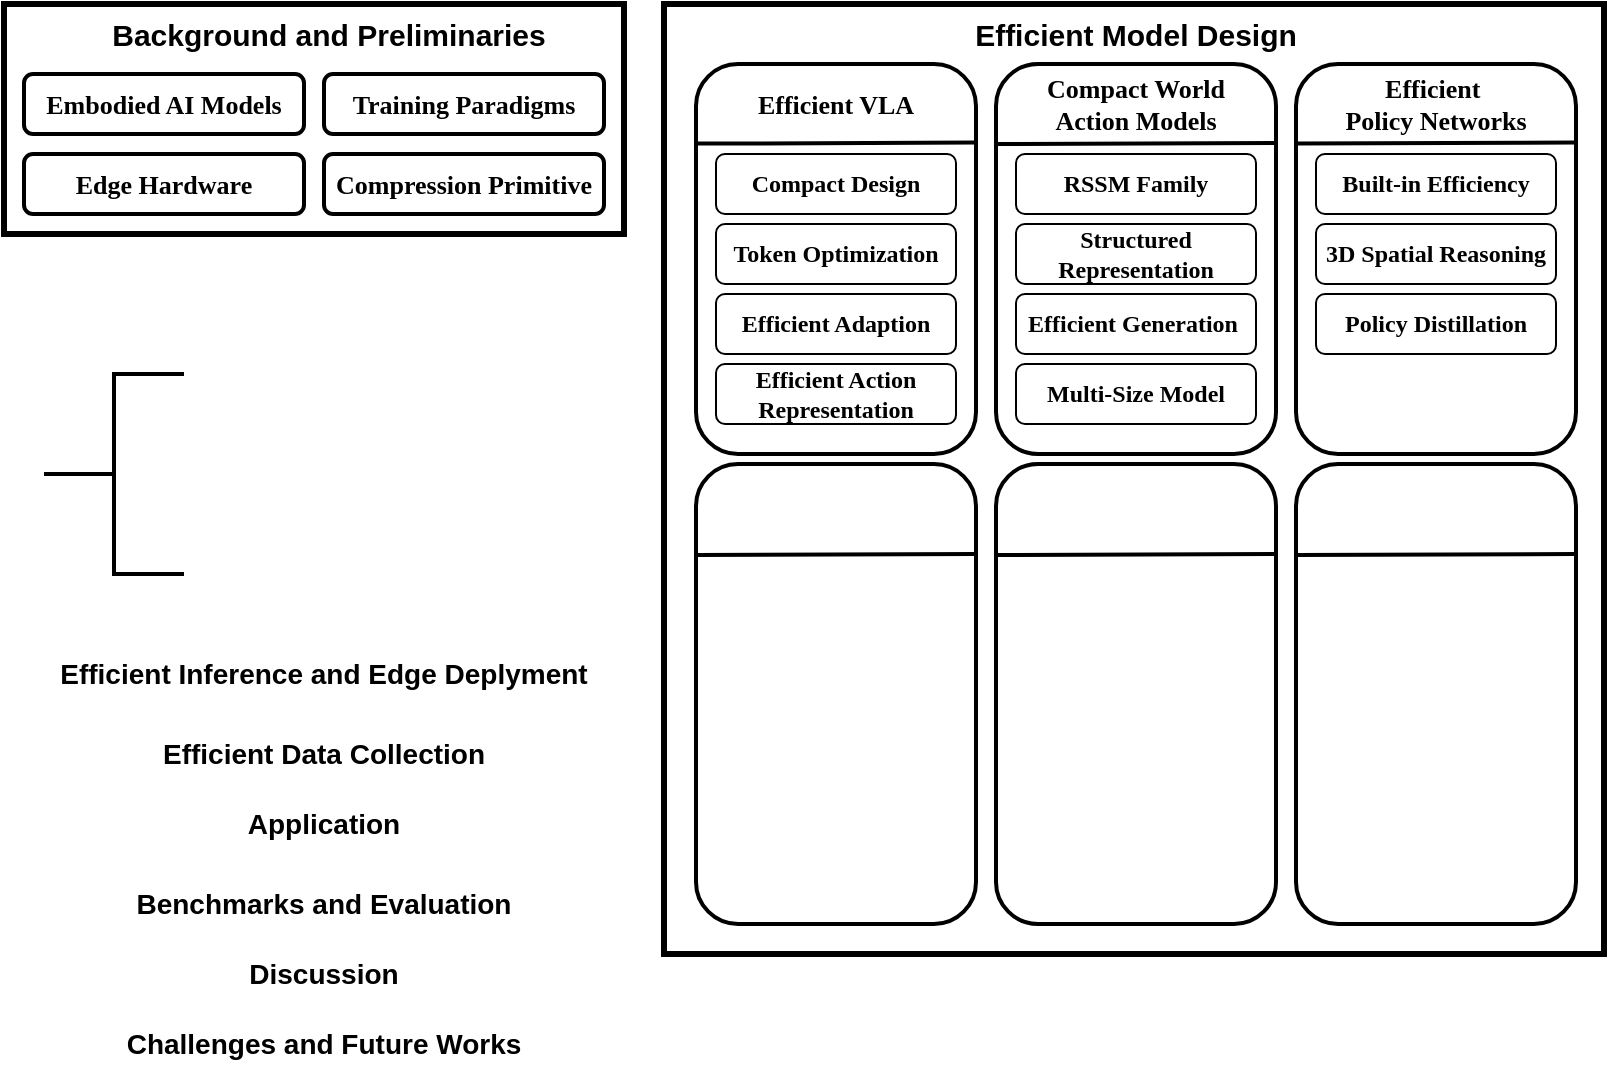
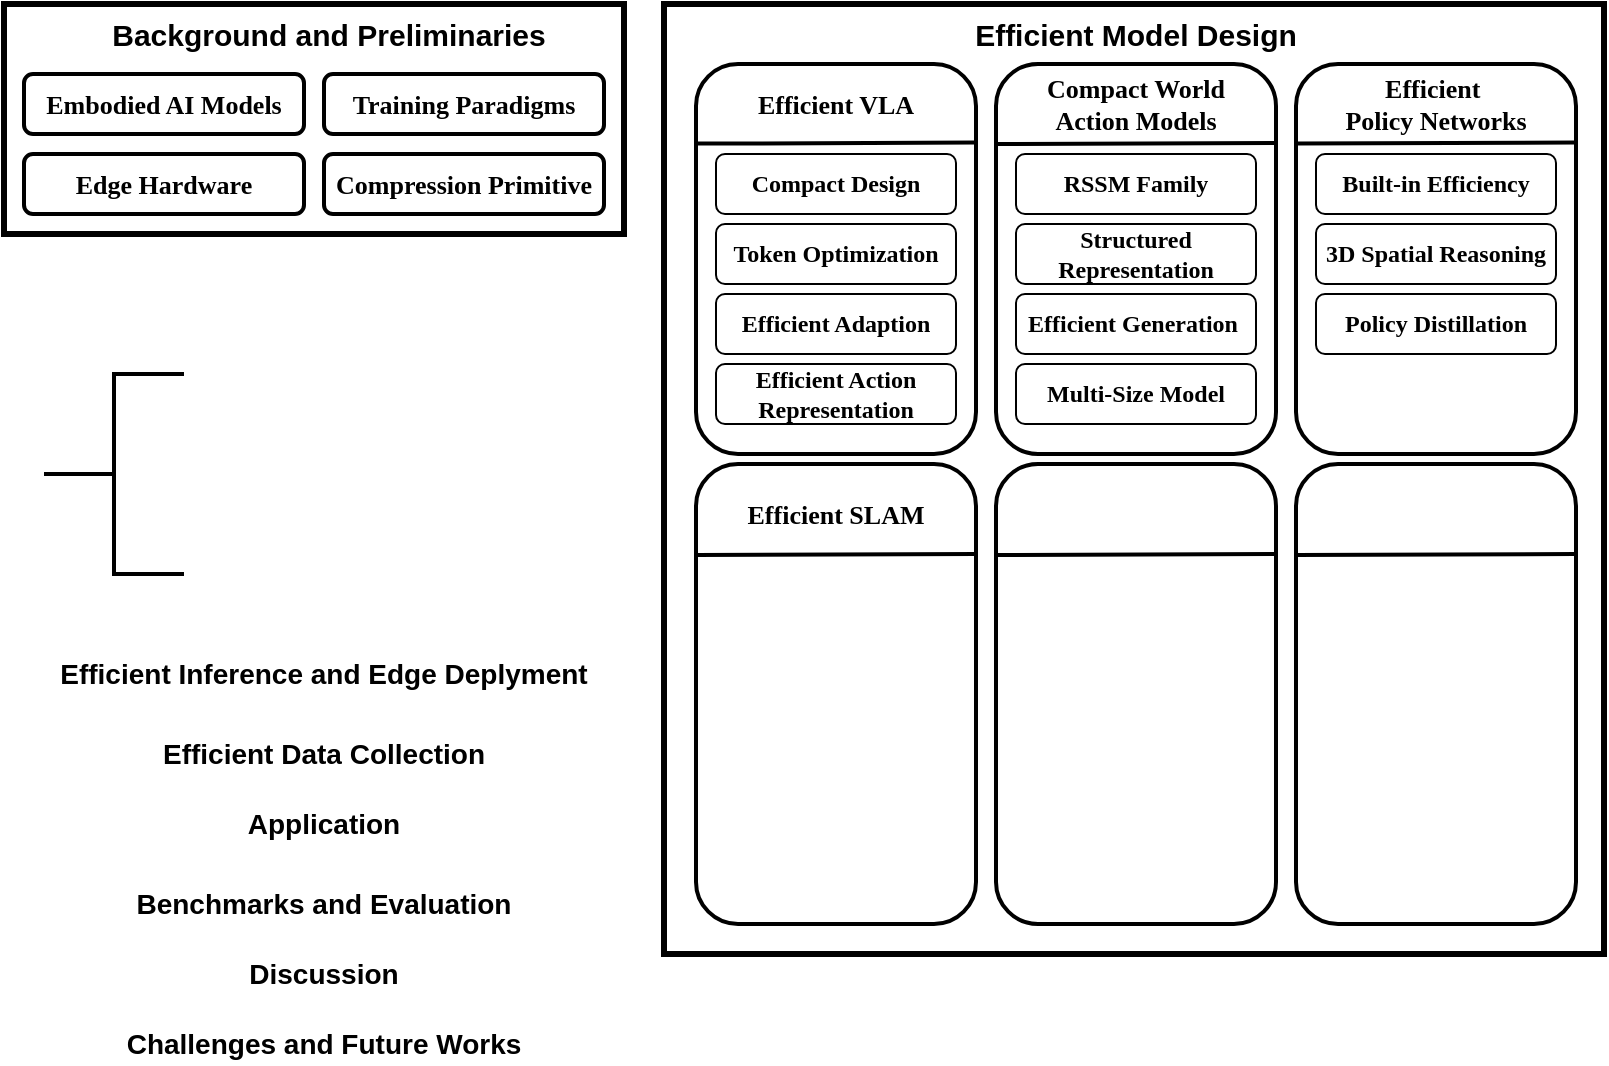
<mxfile host="app.diagrams.net">
  <diagram name="第 1 页" id="xv9Lnx2gyYwYQaEzt8dN">
    <mxGraphModel dx="1063" dy="543" grid="1" gridSize="10" guides="1" tooltips="1" connect="1" arrows="1" fold="1" page="1" pageScale="1" pageWidth="827" pageHeight="1169" math="0" shadow="0">
      <root>
        <mxCell id="0" />
        <mxCell id="1" parent="0" />
        <mxCell id="P4z1W6zyqtdSm3awDH87-12" parent="1" style="rounded=0;whiteSpace=wrap;html=1;strokeWidth=3;" value="" vertex="1">
          <mxGeometry height="115" width="310" x="130" y="55" as="geometry" />
        </mxCell>
        <mxCell id="P4z1W6zyqtdSm3awDH87-11" parent="1" style="rounded=0;whiteSpace=wrap;html=1;strokeWidth=3;" value="" vertex="1">
          <mxGeometry height="475" width="470" x="460" y="55" as="geometry" />
        </mxCell>
        <mxCell id="mN9CjeCU7Y2PogCVv73L-6" parent="1" style="rounded=1;whiteSpace=wrap;html=1;strokeWidth=2;" value="&lt;font style=&quot;font-size: 13px;&quot; face=&quot;Comic Sans MS&quot;&gt;&lt;b style=&quot;&quot;&gt;Training Paradigms&lt;/b&gt;&lt;/font&gt;" vertex="1">
          <mxGeometry height="30" width="140" x="290" y="90" as="geometry" />
        </mxCell>
        <mxCell id="mN9CjeCU7Y2PogCVv73L-5" parent="1" style="rounded=1;whiteSpace=wrap;html=1;strokeWidth=2;" value="&lt;font style=&quot;font-size: 13px;&quot; face=&quot;Comic Sans MS&quot;&gt;&lt;b style=&quot;&quot;&gt;Edge Hardware&lt;/b&gt;&lt;/font&gt;" vertex="1">
          <mxGeometry height="30" width="140" x="140" y="130" as="geometry" />
        </mxCell>
        <mxCell id="mN9CjeCU7Y2PogCVv73L-8" parent="1" style="rounded=1;whiteSpace=wrap;html=1;strokeWidth=2;" value="&lt;font style=&quot;font-size: 13px;&quot; face=&quot;Comic Sans MS&quot;&gt;&lt;b style=&quot;&quot;&gt;Compression Primitive&lt;/b&gt;&lt;/font&gt;" vertex="1">
          <mxGeometry height="30" width="140" x="290" y="130" as="geometry" />
        </mxCell>
        <mxCell id="mN9CjeCU7Y2PogCVv73L-4" parent="1" style="rounded=1;whiteSpace=wrap;html=1;strokeWidth=2;" value="&lt;font style=&quot;font-size: 13px;&quot; face=&quot;Comic Sans MS&quot;&gt;&lt;b style=&quot;&quot;&gt;Embodied AI Models&lt;/b&gt;&lt;/font&gt;" vertex="1">
          <mxGeometry height="30" width="140" x="140" y="90" as="geometry" />
        </mxCell>
        <mxCell id="mN9CjeCU7Y2PogCVv73L-2" parent="1" style="text;html=1;whiteSpace=wrap;strokeColor=none;fillColor=none;align=center;verticalAlign=middle;rounded=0;" value="&lt;font face=&quot;Helvetica&quot; style=&quot;font-size: 15px;&quot;&gt;&lt;b style=&quot;&quot;&gt;Background and Preliminaries&lt;/b&gt;&lt;/font&gt;" vertex="1">
          <mxGeometry height="20" width="275" x="155" y="60" as="geometry" />
        </mxCell>
        <mxCell id="mN9CjeCU7Y2PogCVv73L-10" parent="1" style="text;html=1;whiteSpace=wrap;strokeColor=none;fillColor=none;align=center;verticalAlign=middle;rounded=0;" value="&lt;font style=&quot;font-size: 15px;&quot; face=&quot;Helvetica&quot;&gt;&lt;b style=&quot;&quot;&gt;Efficient Model Design&lt;/b&gt;&lt;/font&gt;" vertex="1">
          <mxGeometry height="20" width="200" x="596" y="60" as="geometry" />
        </mxCell>
        <mxCell id="mN9CjeCU7Y2PogCVv73L-11" parent="1" style="text;html=1;whiteSpace=wrap;strokeColor=none;fillColor=none;align=center;verticalAlign=middle;rounded=0;" value="&lt;font face=&quot;Helvetica&quot; style=&quot;font-size: 14px;&quot;&gt;&lt;b style=&quot;&quot;&gt;Efficient Inference and Edge Deplyment&lt;/b&gt;&lt;/font&gt;" vertex="1">
          <mxGeometry height="20" width="300" x="140" y="380" as="geometry" />
        </mxCell>
        <mxCell id="mN9CjeCU7Y2PogCVv73L-12" parent="1" style="text;html=1;whiteSpace=wrap;strokeColor=none;fillColor=none;align=center;verticalAlign=middle;rounded=0;" value="&lt;font face=&quot;Helvetica&quot; style=&quot;font-size: 14px;&quot;&gt;&lt;b style=&quot;&quot;&gt;Efficient Data Collection&lt;/b&gt;&lt;/font&gt;" vertex="1">
          <mxGeometry height="20" width="260" x="160" y="420" as="geometry" />
        </mxCell>
        <mxCell id="mN9CjeCU7Y2PogCVv73L-14" parent="1" style="text;html=1;whiteSpace=wrap;strokeColor=none;fillColor=none;align=center;verticalAlign=middle;rounded=0;" value="&lt;font face=&quot;Helvetica&quot; style=&quot;font-size: 14px;&quot;&gt;&lt;b style=&quot;&quot;&gt;Application&lt;/b&gt;&lt;/font&gt;" vertex="1">
          <mxGeometry height="20" width="260" x="160" y="455" as="geometry" />
        </mxCell>
        <mxCell id="mN9CjeCU7Y2PogCVv73L-15" parent="1" style="text;html=1;whiteSpace=wrap;strokeColor=none;fillColor=none;align=center;verticalAlign=middle;rounded=0;" value="&lt;font face=&quot;Helvetica&quot; style=&quot;font-size: 14px;&quot;&gt;&lt;b style=&quot;&quot;&gt;Benchmarks and Evaluation&lt;/b&gt;&lt;/font&gt;" vertex="1">
          <mxGeometry height="20" width="260" x="160" y="495" as="geometry" />
        </mxCell>
        <mxCell id="mN9CjeCU7Y2PogCVv73L-16" parent="1" style="text;html=1;whiteSpace=wrap;strokeColor=none;fillColor=none;align=center;verticalAlign=middle;rounded=0;" value="&lt;font face=&quot;Helvetica&quot; style=&quot;font-size: 14px;&quot;&gt;&lt;b style=&quot;&quot;&gt;Challenges and Future Works&lt;/b&gt;&lt;/font&gt;" vertex="1">
          <mxGeometry height="20" width="260" x="160" y="565" as="geometry" />
        </mxCell>
        <mxCell id="mN9CjeCU7Y2PogCVv73L-17" parent="1" style="text;html=1;whiteSpace=wrap;strokeColor=none;fillColor=none;align=center;verticalAlign=middle;rounded=0;" value="&lt;font face=&quot;Helvetica&quot; style=&quot;font-size: 14px;&quot;&gt;&lt;b style=&quot;&quot;&gt;Discussion&lt;/b&gt;&lt;/font&gt;" vertex="1">
          <mxGeometry height="20" width="260" x="160" y="530" as="geometry" />
        </mxCell>
        <mxCell id="mN9CjeCU7Y2PogCVv73L-18" parent="1" style="strokeWidth=2;html=1;shape=mxgraph.flowchart.annotation_2;align=left;labelPosition=right;pointerEvents=1;" value="" vertex="1">
          <mxGeometry height="100" width="70" x="150" y="240" as="geometry" />
        </mxCell>
        <mxCell id="mN9CjeCU7Y2PogCVv73L-19" parent="1" style="rounded=1;whiteSpace=wrap;html=1;strokeWidth=2;" value="" vertex="1">
          <mxGeometry height="195" width="140" x="476" y="85" as="geometry" />
        </mxCell>
        <mxCell id="mN9CjeCU7Y2PogCVv73L-20" parent="1" style="text;html=1;whiteSpace=wrap;strokeColor=none;fillColor=none;align=center;verticalAlign=middle;rounded=0;" value="&lt;b style=&quot;font-size: 13px;&quot;&gt;&lt;font face=&quot;Comic Sans MS&quot;&gt;Efficient VLA&lt;/font&gt;&lt;/b&gt;" vertex="1">
          <mxGeometry height="20" width="120" x="486" y="95" as="geometry" />
        </mxCell>
        <mxCell id="mN9CjeCU7Y2PogCVv73L-21" edge="1" parent="1" style="endArrow=none;html=1;rounded=0;entryX=0.996;entryY=0.065;entryDx=0;entryDy=0;entryPerimeter=0;strokeWidth=2;" value="">
          <mxGeometry height="50" relative="1" width="50" as="geometry">
            <mxPoint x="476.56" y="124.81" as="sourcePoint" />
            <mxPoint x="616" y="124.31" as="targetPoint" />
          </mxGeometry>
        </mxCell>
        <mxCell id="mN9CjeCU7Y2PogCVv73L-22" parent="1" style="rounded=1;whiteSpace=wrap;html=1;" value="&lt;b&gt;&lt;font face=&quot;Comic Sans MS&quot;&gt;Compact Design&lt;/font&gt;&lt;/b&gt;" vertex="1">
          <mxGeometry height="30" width="120" x="486" y="130" as="geometry" />
        </mxCell>
        <mxCell id="mN9CjeCU7Y2PogCVv73L-23" parent="1" style="rounded=1;whiteSpace=wrap;html=1;" value="&lt;b&gt;&lt;font face=&quot;Comic Sans MS&quot;&gt;Efficient Adaption&lt;/font&gt;&lt;/b&gt;" vertex="1">
          <mxGeometry height="30" width="120" x="486" y="200" as="geometry" />
        </mxCell>
        <mxCell id="mN9CjeCU7Y2PogCVv73L-24" parent="1" style="rounded=1;whiteSpace=wrap;html=1;" value="&lt;font face=&quot;Comic Sans MS&quot;&gt;&lt;b&gt;Efficient Action Representation&lt;/b&gt;&lt;/font&gt;" vertex="1">
          <mxGeometry height="30" width="120" x="486" y="235" as="geometry" />
        </mxCell>
        <mxCell id="mN9CjeCU7Y2PogCVv73L-26" parent="1" style="rounded=1;whiteSpace=wrap;html=1;" value="&lt;b&gt;&lt;font face=&quot;Comic Sans MS&quot;&gt;Token Optimization&lt;/font&gt;&lt;/b&gt;" vertex="1">
          <mxGeometry height="30" width="120" x="486" y="165" as="geometry" />
        </mxCell>
        <mxCell id="mN9CjeCU7Y2PogCVv73L-27" parent="1" style="rounded=1;whiteSpace=wrap;html=1;strokeWidth=2;" value="" vertex="1">
          <mxGeometry height="195" width="140" x="626" y="85" as="geometry" />
        </mxCell>
        <mxCell id="mN9CjeCU7Y2PogCVv73L-28" parent="1" style="text;html=1;whiteSpace=wrap;strokeColor=none;fillColor=none;align=center;verticalAlign=middle;rounded=0;" value="&lt;b style=&quot;font-size: 13px;&quot;&gt;&lt;font face=&quot;Comic Sans MS&quot;&gt;Compact World Action Models&lt;/font&gt;&lt;/b&gt;" vertex="1">
          <mxGeometry height="20" width="120" x="636" y="95" as="geometry" />
        </mxCell>
        <mxCell id="mN9CjeCU7Y2PogCVv73L-29" edge="1" parent="1" style="endArrow=none;html=1;rounded=0;entryX=0.996;entryY=0.065;entryDx=0;entryDy=0;entryPerimeter=0;strokeWidth=2;" value="">
          <mxGeometry height="50" relative="1" width="50" as="geometry">
            <mxPoint x="626.56" y="125" as="sourcePoint" />
            <mxPoint x="766" y="124.5" as="targetPoint" />
          </mxGeometry>
        </mxCell>
        <mxCell id="mN9CjeCU7Y2PogCVv73L-30" parent="1" style="rounded=1;whiteSpace=wrap;html=1;" value="&lt;b&gt;&lt;font face=&quot;Comic Sans MS&quot;&gt;RSSM Family&lt;/font&gt;&lt;/b&gt;" vertex="1">
          <mxGeometry height="30" width="120" x="636" y="130" as="geometry" />
        </mxCell>
        <mxCell id="mN9CjeCU7Y2PogCVv73L-31" parent="1" style="rounded=1;whiteSpace=wrap;html=1;" value="&lt;b&gt;&lt;font face=&quot;Comic Sans MS&quot;&gt;Multi-Size Model&lt;/font&gt;&lt;/b&gt;" vertex="1">
          <mxGeometry height="30" width="120" x="636" y="235" as="geometry" />
        </mxCell>
        <mxCell id="mN9CjeCU7Y2PogCVv73L-32" parent="1" style="rounded=1;whiteSpace=wrap;html=1;" value="&lt;font face=&quot;Comic Sans MS&quot;&gt;&lt;b&gt;Efficient Generation&amp;nbsp;&lt;/b&gt;&lt;/font&gt;" vertex="1">
          <mxGeometry height="30" width="120" x="636" y="200" as="geometry" />
        </mxCell>
        <mxCell id="mN9CjeCU7Y2PogCVv73L-33" parent="1" style="rounded=1;whiteSpace=wrap;html=1;" value="&lt;b&gt;&lt;font face=&quot;Comic Sans MS&quot;&gt;Structured Representation&lt;/font&gt;&lt;/b&gt;" vertex="1">
          <mxGeometry height="30" width="120" x="636" y="165" as="geometry" />
        </mxCell>
        <mxCell id="P4z1W6zyqtdSm3awDH87-1" parent="1" style="rounded=1;whiteSpace=wrap;html=1;strokeWidth=2;" value="" vertex="1">
          <mxGeometry height="195" width="140" x="776" y="85" as="geometry" />
        </mxCell>
        <mxCell id="P4z1W6zyqtdSm3awDH87-2" edge="1" parent="1" style="endArrow=none;html=1;rounded=0;entryX=0.996;entryY=0.065;entryDx=0;entryDy=0;entryPerimeter=0;strokeWidth=2;" value="">
          <mxGeometry height="50" relative="1" width="50" as="geometry">
            <mxPoint x="776.56" y="124.81" as="sourcePoint" />
            <mxPoint x="916" y="124.31" as="targetPoint" />
          </mxGeometry>
        </mxCell>
        <mxCell id="P4z1W6zyqtdSm3awDH87-3" parent="1" style="text;html=1;whiteSpace=wrap;strokeColor=none;fillColor=none;align=center;verticalAlign=middle;rounded=0;" value="&lt;b style=&quot;font-size: 13px;&quot;&gt;&lt;font face=&quot;Comic Sans MS&quot;&gt;Efficient&amp;nbsp;&lt;/font&gt;&lt;/b&gt;&lt;div&gt;&lt;b style=&quot;font-size: 13px;&quot;&gt;&lt;font face=&quot;Comic Sans MS&quot;&gt;Policy Networks&lt;/font&gt;&lt;/b&gt;&lt;/div&gt;" vertex="1">
          <mxGeometry height="20" width="120" x="786" y="95" as="geometry" />
        </mxCell>
        <mxCell id="P4z1W6zyqtdSm3awDH87-4" parent="1" style="rounded=1;whiteSpace=wrap;html=1;" value="&lt;b&gt;&lt;font face=&quot;Comic Sans MS&quot;&gt;3D Spatial Reasoning&lt;/font&gt;&lt;/b&gt;" vertex="1">
          <mxGeometry height="30" width="120" x="786" y="165" as="geometry" />
        </mxCell>
        <mxCell id="P4z1W6zyqtdSm3awDH87-6" parent="1" style="rounded=1;whiteSpace=wrap;html=1;" value="&lt;font face=&quot;Comic Sans MS&quot;&gt;&lt;b&gt;Policy Distillation&lt;/b&gt;&lt;/font&gt;" vertex="1">
          <mxGeometry height="30" width="120" x="786" y="200" as="geometry" />
        </mxCell>
        <mxCell id="P4z1W6zyqtdSm3awDH87-7" parent="1" style="rounded=1;whiteSpace=wrap;html=1;" value="&lt;font face=&quot;Comic Sans MS&quot;&gt;&lt;b&gt;Built-in Efficiency&lt;/b&gt;&lt;/font&gt;" vertex="1">
          <mxGeometry height="30" width="120" x="786" y="130" as="geometry" />
        </mxCell>
        <mxCell id="P4z1W6zyqtdSm3awDH87-8" parent="1" style="rounded=1;whiteSpace=wrap;html=1;strokeWidth=2;" value="" vertex="1">
          <mxGeometry height="230" width="140" x="476" y="285" as="geometry" />
        </mxCell>
        <mxCell id="P4z1W6zyqtdSm3awDH87-9" parent="1" style="rounded=1;whiteSpace=wrap;html=1;strokeWidth=2;" value="" vertex="1">
          <mxGeometry height="230" width="140" x="626" y="285" as="geometry" />
        </mxCell>
        <mxCell id="P4z1W6zyqtdSm3awDH87-10" parent="1" style="rounded=1;whiteSpace=wrap;html=1;strokeWidth=2;" value="" vertex="1">
          <mxGeometry height="230" width="140" x="776" y="285" as="geometry" />
        </mxCell>
        <mxCell id="P4z1W6zyqtdSm3awDH87-15" edge="1" parent="1" style="endArrow=none;html=1;rounded=0;entryX=0.996;entryY=0.065;entryDx=0;entryDy=0;entryPerimeter=0;strokeWidth=2;" value="">
          <mxGeometry height="50" relative="1" width="50" as="geometry">
            <mxPoint x="476.56" y="330.5" as="sourcePoint" />
            <mxPoint x="616" y="330" as="targetPoint" />
          </mxGeometry>
        </mxCell>
        <mxCell id="P4z1W6zyqtdSm3awDH87-16" edge="1" parent="1" style="endArrow=none;html=1;rounded=0;entryX=0.996;entryY=0.065;entryDx=0;entryDy=0;entryPerimeter=0;strokeWidth=2;" value="">
          <mxGeometry height="50" relative="1" width="50" as="geometry">
            <mxPoint x="776" y="330.5" as="sourcePoint" />
            <mxPoint x="915.44" y="330" as="targetPoint" />
          </mxGeometry>
        </mxCell>
        <mxCell id="P4z1W6zyqtdSm3awDH87-17" edge="1" parent="1" style="endArrow=none;html=1;rounded=0;entryX=0.996;entryY=0.065;entryDx=0;entryDy=0;entryPerimeter=0;strokeWidth=2;" value="">
          <mxGeometry height="50" relative="1" width="50" as="geometry">
            <mxPoint x="626.28" y="330.5" as="sourcePoint" />
            <mxPoint x="765.72" y="330" as="targetPoint" />
          </mxGeometry>
        </mxCell>
+         <mxCell id="P4z1W6zyqtdSm3awDH87-18" parent="1" style="text;html=1;whiteSpace=wrap;strokeColor=none;fillColor=none;align=center;verticalAlign=middle;rounded=0;" value="&lt;b style=&quot;font-size: 13px;&quot;&gt;&lt;font face=&quot;Comic Sans MS&quot;&gt;Efficient SLAM&lt;/font&gt;&lt;/b&gt;" vertex="1">
+           <mxGeometry height="20" width="120" x="486" y="300" as="geometry" />
+         </mxCell>
      </root>
    </mxGraphModel>
  </diagram>
</mxfile>
